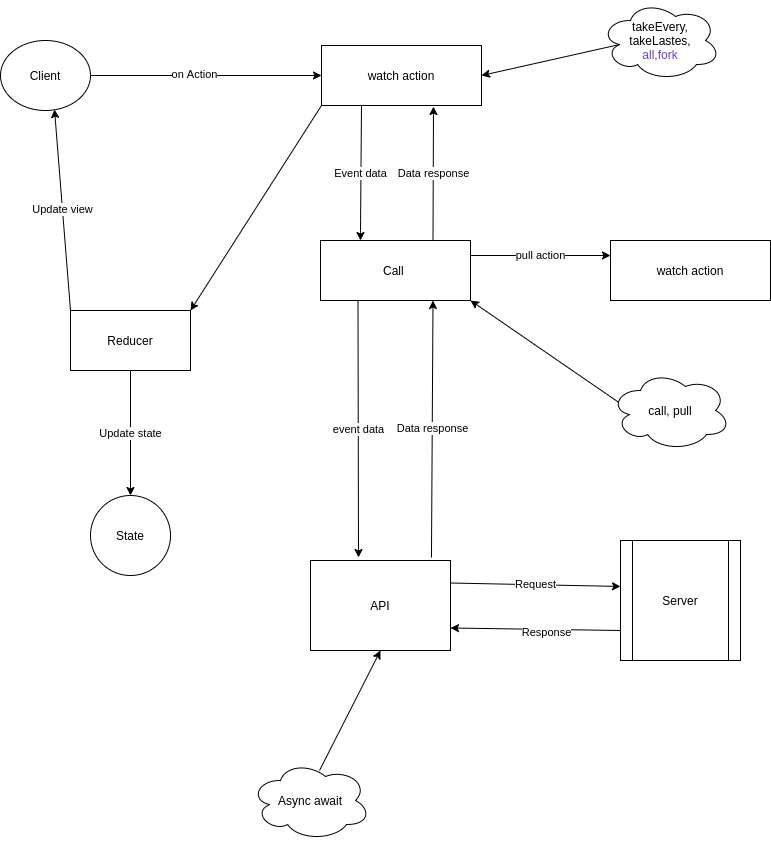
Earlier version of the draw.io export Untitled Diagram.png (FightLightDiamond/imperfect_). Source tidied: cells renumbered, new cells last; positions are measured from the earlier drawing's top-left corner, leaving out a move shared by most shapes. Source of this version:
```xml
<mxGraphModel>
  <root>
    <mxCell id="0" />
    <mxCell id="1" parent="0" />
    <mxCell id="2" value="Client" style="ellipse;whiteSpace=wrap;html=1;" parent="1" vertex="1">
      <mxGeometry y="40" width="90" height="70" as="geometry" />
    </mxCell>
    <mxCell id="3" value="watch action" style="rounded=0;whiteSpace=wrap;html=1;" parent="1" vertex="1">
      <mxGeometry x="321" y="45" width="160" height="60" as="geometry" />
    </mxCell>
    <mxCell id="4" value="Data response" style="rounded=0;jettySize=auto;html=1;exitX=0.75;exitY=0;exitDx=0;exitDy=0;entryX=0.7;entryY=1.017;entryDx=0;entryDy=0;entryPerimeter=0;" parent="1" edge="1" source="5" target="3">
      <mxGeometry relative="1" as="geometry" />
    </mxCell>
    <mxCell id="5" value="Call&amp;nbsp;" style="rounded=0;whiteSpace=wrap;html=1;" parent="1" vertex="1">
      <mxGeometry x="320" y="240" width="150" height="60" as="geometry" />
    </mxCell>
    <mxCell id="6" value="Data response" style="rounded=0;jettySize=auto;html=1;entryX=0.75;entryY=1;entryDx=0;entryDy=0;exitX=0.864;exitY=-0.033;exitDx=0;exitDy=0;exitPerimeter=0;" parent="1" edge="1" source="7" target="5">
      <mxGeometry relative="1" as="geometry" />
    </mxCell>
    <mxCell id="7" value="API" style="rounded=0;whiteSpace=wrap;html=1;" parent="1" vertex="1">
      <mxGeometry x="310" y="560" width="140" height="90" as="geometry" />
    </mxCell>
    <mxCell id="8" value="Reducer" style="rounded=0;whiteSpace=wrap;html=1;" parent="1" vertex="1">
      <mxGeometry x="70" y="310" width="120" height="60" as="geometry" />
    </mxCell>
    <mxCell id="9" value="Server" style="shape=process;whiteSpace=wrap;html=1;backgroundOutline=1;" parent="1" vertex="1">
      <mxGeometry x="620" y="540" width="120" height="120" as="geometry" />
    </mxCell>
    <mxCell id="10" value="Request" style="endArrow=classic;html=1;exitX=1;exitY=0.25;exitDx=0;exitDy=0;entryX=0;entryY=0.383;entryDx=0;entryDy=0;entryPerimeter=0;" parent="1" edge="1" source="7" target="9">
      <mxGeometry relative="1" as="geometry" />
    </mxCell>
    <mxCell id="11" style="endArrow=classic;html=1;exitX=0;exitY=0.75;exitDx=0;exitDy=0;entryX=1;entryY=0.75;entryDx=0;entryDy=0;" parent="1" edge="1" source="9" target="7">
      <mxGeometry relative="1" as="geometry" />
    </mxCell>
    <mxCell id="12" value="Response" style="edgeLabel;html=1;align=center;verticalAlign=middle;" parent="11" vertex="1">
      <mxGeometry x="-0.18" y="3" relative="1" as="geometry">
        <mxPoint x="-4.2" as="offset" />
      </mxGeometry>
    </mxCell>
    <mxCell id="13" value="Event data" style="endArrow=classic;html=1;exitX=0.25;exitY=1;exitDx=0;exitDy=0;" parent="1" edge="1" source="3">
      <mxGeometry relative="1" as="geometry">
        <mxPoint x="360" y="240" as="targetPoint" />
        <Array as="points">
          <mxPoint x="360" y="230" />
        </Array>
      </mxGeometry>
    </mxCell>
    <mxCell id="14" value="event data" style="endArrow=classic;html=1;exitX=0.25;exitY=1;exitDx=0;exitDy=0;" parent="1" edge="1" source="5">
      <mxGeometry relative="1" as="geometry">
        <mxPoint x="358" y="557" as="targetPoint" />
      </mxGeometry>
    </mxCell>
    <mxCell id="15" style="endArrow=classic;html=1;exitX=1;exitY=0.5;exitDx=0;exitDy=0;entryX=0;entryY=0.5;entryDx=0;entryDy=0;" parent="1" edge="1" source="2" target="3">
      <mxGeometry relative="1" as="geometry" />
    </mxCell>
    <mxCell id="16" value="on Action" style="edgeLabel;html=1;align=center;verticalAlign=middle;" parent="15" vertex="1">
      <mxGeometry x="-0.1" y="2" relative="1" as="geometry" />
    </mxCell>
    <mxCell id="17" style="endArrow=classic;html=1;exitX=0;exitY=1;exitDx=0;exitDy=0;entryX=1;entryY=0;entryDx=0;entryDy=0;" parent="1" edge="1" source="3" target="8">
      <mxGeometry relative="1" as="geometry" />
    </mxCell>
    <mxCell id="18" value="State" style="ellipse;whiteSpace=wrap;html=1;" parent="1" vertex="1">
      <mxGeometry x="90" y="495" width="80" height="80" as="geometry" />
    </mxCell>
    <mxCell id="19" value="Update state" style="endArrow=classic;html=1;exitX=0.5;exitY=1;exitDx=0;exitDy=0;entryX=0.5;entryY=0;entryDx=0;entryDy=0;" parent="1" edge="1" source="8" target="18">
      <mxGeometry relative="1" as="geometry" />
    </mxCell>
    <mxCell id="20" value="Update view" style="endArrow=classic;html=1;entryX=0.6;entryY=0.986;entryDx=0;entryDy=0;entryPerimeter=0;exitX=0;exitY=0;exitDx=0;exitDy=0;" parent="1" edge="1" source="8" target="2">
      <mxGeometry relative="1" as="geometry" />
    </mxCell>
    <mxCell id="21" value="watch action" style="rounded=0;whiteSpace=wrap;html=1;" parent="1" vertex="1">
      <mxGeometry x="610" y="240" width="160" height="60" as="geometry" />
    </mxCell>
    <mxCell id="22" value="pull action" style="endArrow=classic;html=1;exitX=1;exitY=0.25;exitDx=0;exitDy=0;entryX=0;entryY=0.25;entryDx=0;entryDy=0;" parent="1" edge="1" source="5" target="21">
      <mxGeometry relative="1" as="geometry" />
    </mxCell>
    <mxCell id="23" value="Async await" style="ellipse;shape=cloud;whiteSpace=wrap;html=1;" parent="1" vertex="1">
      <mxGeometry x="250" y="760" width="120" height="80" as="geometry" />
    </mxCell>
    <mxCell id="24" style="endArrow=classic;html=1;exitX=0.575;exitY=0.125;exitDx=0;exitDy=0;exitPerimeter=0;entryX=0.5;entryY=1;entryDx=0;entryDy=0;" parent="1" edge="1" source="23" target="7">
      <mxGeometry relative="1" as="geometry" />
    </mxCell>
    <mxCell id="25" value="takeEvery, takeLastes,&lt;br&gt;&lt;span style=&quot;color: rgb(111 , 66 , 193) ; font-family: , &amp;#34;consolas&amp;#34; , &amp;#34;liberation mono&amp;#34; , &amp;#34;menlo&amp;#34; , monospace ; background-color: rgb(255 , 255 , 255)&quot;&gt;all,&lt;/span&gt;&lt;span style=&quot;color: rgb(111 , 66 , 193) ; font-family: , &amp;#34;consolas&amp;#34; , &amp;#34;liberation mono&amp;#34; , &amp;#34;menlo&amp;#34; , monospace ; background-color: rgb(255 , 255 , 255)&quot;&gt;fork&lt;/span&gt;&lt;br&gt;" style="ellipse;shape=cloud;whiteSpace=wrap;html=1;" parent="1" vertex="1">
      <mxGeometry x="600" width="120" height="80" as="geometry" />
    </mxCell>
    <mxCell id="26" style="endArrow=classic;html=1;exitX=0.16;exitY=0.55;exitDx=0;exitDy=0;exitPerimeter=0;entryX=1;entryY=0.5;entryDx=0;entryDy=0;" parent="1" edge="1" source="25" target="3">
      <mxGeometry relative="1" as="geometry" />
    </mxCell>
    <mxCell id="27" value="call, pull" style="ellipse;shape=cloud;whiteSpace=wrap;html=1;" parent="1" vertex="1">
      <mxGeometry x="610" y="370" width="120" height="80" as="geometry" />
    </mxCell>
    <mxCell id="28" style="endArrow=classic;html=1;exitX=0.07;exitY=0.4;exitDx=0;exitDy=0;exitPerimeter=0;" parent="1" edge="1" source="27" target="5">
      <mxGeometry relative="1" as="geometry">
        <Array as="points">
          <mxPoint x="470" y="300" />
        </Array>
      </mxGeometry>
    </mxCell>
  </root>
</mxGraphModel>
```
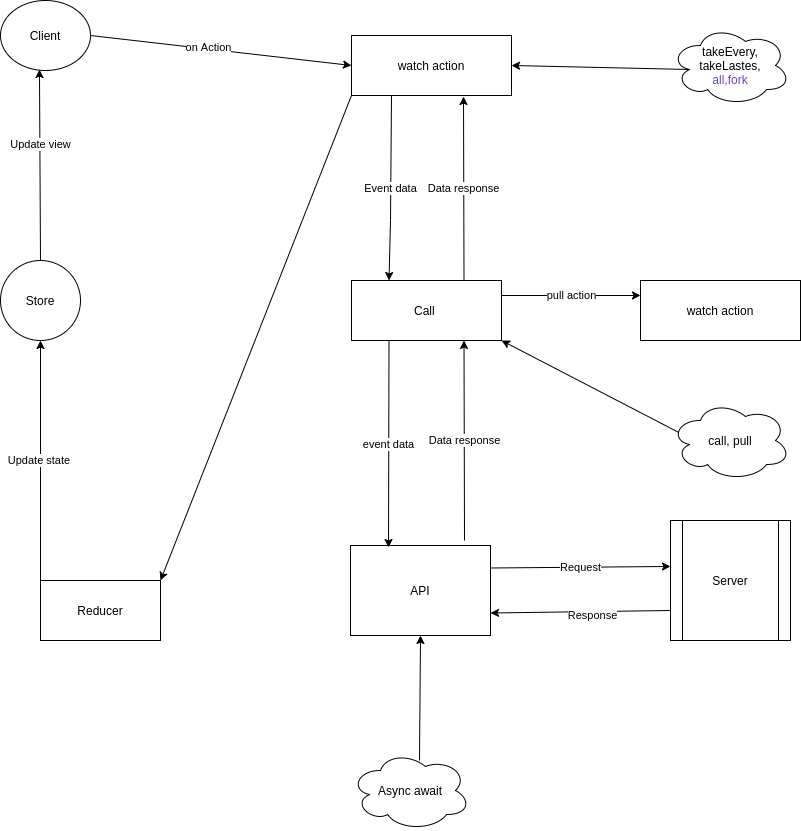
The same file after the commit.

Change to the diagram source:
```diff
@@ -3,7 +3,7 @@
     <mxCell id="0" />
     <mxCell id="1" parent="0" />
     <mxCell id="2" value="Client" style="ellipse;whiteSpace=wrap;html=1;" parent="1" vertex="1">
-      <mxGeometry y="40" width="90" height="70" as="geometry" />
+      <mxGeometry x="-30" y="10" width="90" height="70" as="geometry" />
     </mxCell>
     <mxCell id="3" value="watch action" style="rounded=0;whiteSpace=wrap;html=1;" parent="1" vertex="1">
       <mxGeometry x="321" y="45" width="160" height="60" as="geometry" />
@@ -12,19 +12,21 @@
       <mxGeometry relative="1" as="geometry" />
     </mxCell>
     <mxCell id="5" value="Call&amp;nbsp;" style="rounded=0;whiteSpace=wrap;html=1;" parent="1" vertex="1">
-      <mxGeometry x="320" y="240" width="150" height="60" as="geometry" />
+      <mxGeometry x="321" y="290" width="150" height="60" as="geometry" />
     </mxCell>
-    <mxCell id="6" value="Data response" style="rounded=0;jettySize=auto;html=1;entryX=0.75;entryY=1;entryDx=0;entryDy=0;exitX=0.864;exitY=-0.033;exitDx=0;exitDy=0;exitPerimeter=0;" parent="1" edge="1" source="7" target="5">
-      <mxGeometry relative="1" as="geometry" />
+    <mxCell id="6" value="Data response" style="rounded=0;jettySize=auto;html=1;entryX=0.75;entryY=1;entryDx=0;entryDy=0;" parent="1" edge="1" target="5">
+      <mxGeometry relative="1" as="geometry">
+        <mxPoint x="434" y="550" as="sourcePoint" />
+      </mxGeometry>
     </mxCell>
     <mxCell id="7" value="API" style="rounded=0;whiteSpace=wrap;html=1;" parent="1" vertex="1">
-      <mxGeometry x="310" y="560" width="140" height="90" as="geometry" />
+      <mxGeometry x="320" y="555" width="140" height="90" as="geometry" />
     </mxCell>
     <mxCell id="8" value="Reducer" style="rounded=0;whiteSpace=wrap;html=1;" parent="1" vertex="1">
-      <mxGeometry x="70" y="310" width="120" height="60" as="geometry" />
+      <mxGeometry x="10" y="590" width="120" height="60" as="geometry" />
     </mxCell>
     <mxCell id="9" value="Server" style="shape=process;whiteSpace=wrap;html=1;backgroundOutline=1;" parent="1" vertex="1">
-      <mxGeometry x="620" y="540" width="120" height="120" as="geometry" />
+      <mxGeometry x="640" y="530" width="120" height="120" as="geometry" />
     </mxCell>
     <mxCell id="10" value="Request" style="endArrow=classic;html=1;exitX=1;exitY=0.25;exitDx=0;exitDy=0;entryX=0;entryY=0.383;entryDx=0;entryDy=0;entryPerimeter=0;" parent="1" edge="1" source="7" target="9">
       <mxGeometry relative="1" as="geometry" />
@@ -37,9 +39,8 @@
         <mxPoint x="-4.2" as="offset" />
       </mxGeometry>
     </mxCell>
-    <mxCell id="13" value="Event data" style="endArrow=classic;html=1;exitX=0.25;exitY=1;exitDx=0;exitDy=0;" parent="1" edge="1" source="3">
+    <mxCell id="13" value="Event data" style="endArrow=classic;html=1;exitX=0.25;exitY=1;exitDx=0;exitDy=0;entryX=0.25;entryY=0;entryDx=0;entryDy=0;" parent="1" edge="1" source="3" target="5">
       <mxGeometry relative="1" as="geometry">
-        <mxPoint x="360" y="240" as="targetPoint" />
         <Array as="points">
           <mxPoint x="360" y="230" />
         </Array>
@@ -59,42 +60,41 @@
     <mxCell id="17" style="endArrow=classic;html=1;exitX=0;exitY=1;exitDx=0;exitDy=0;entryX=1;entryY=0;entryDx=0;entryDy=0;" parent="1" edge="1" source="3" target="8">
       <mxGeometry relative="1" as="geometry" />
     </mxCell>
-    <mxCell id="18" value="State" style="ellipse;whiteSpace=wrap;html=1;" parent="1" vertex="1">
-      <mxGeometry x="90" y="495" width="80" height="80" as="geometry" />
-    </mxCell>
-    <mxCell id="19" value="Update state" style="endArrow=classic;html=1;exitX=0.5;exitY=1;exitDx=0;exitDy=0;entryX=0.5;entryY=0;entryDx=0;entryDy=0;" parent="1" edge="1" source="8" target="18">
-      <mxGeometry relative="1" as="geometry" />
-    </mxCell>
-    <mxCell id="20" value="Update view" style="endArrow=classic;html=1;entryX=0.6;entryY=0.986;entryDx=0;entryDy=0;entryPerimeter=0;exitX=0;exitY=0;exitDx=0;exitDy=0;" parent="1" edge="1" source="8" target="2">
+    <mxCell id="20" value="Update state&amp;nbsp;" style="endArrow=classic;html=1;exitX=0;exitY=0;exitDx=0;exitDy=0;entryX=0.5;entryY=1;entryDx=0;entryDy=0;" parent="1" edge="1" source="8" target="29">
       <mxGeometry relative="1" as="geometry" />
     </mxCell>
     <mxCell id="21" value="watch action" style="rounded=0;whiteSpace=wrap;html=1;" parent="1" vertex="1">
-      <mxGeometry x="610" y="240" width="160" height="60" as="geometry" />
+      <mxGeometry x="610" y="290" width="160" height="60" as="geometry" />
     </mxCell>
     <mxCell id="22" value="pull action" style="endArrow=classic;html=1;exitX=1;exitY=0.25;exitDx=0;exitDy=0;entryX=0;entryY=0.25;entryDx=0;entryDy=0;" parent="1" edge="1" source="5" target="21">
       <mxGeometry relative="1" as="geometry" />
     </mxCell>
     <mxCell id="23" value="Async await" style="ellipse;shape=cloud;whiteSpace=wrap;html=1;" parent="1" vertex="1">
-      <mxGeometry x="250" y="760" width="120" height="80" as="geometry" />
+      <mxGeometry x="320" y="760" width="120" height="80" as="geometry" />
     </mxCell>
     <mxCell id="24" style="endArrow=classic;html=1;exitX=0.575;exitY=0.125;exitDx=0;exitDy=0;exitPerimeter=0;entryX=0.5;entryY=1;entryDx=0;entryDy=0;" parent="1" edge="1" source="23" target="7">
       <mxGeometry relative="1" as="geometry" />
     </mxCell>
     <mxCell id="25" value="takeEvery, takeLastes,&lt;br&gt;&lt;span style=&quot;color: rgb(111 , 66 , 193) ; font-family: , &amp;#34;consolas&amp;#34; , &amp;#34;liberation mono&amp;#34; , &amp;#34;menlo&amp;#34; , monospace ; background-color: rgb(255 , 255 , 255)&quot;&gt;all,&lt;/span&gt;&lt;span style=&quot;color: rgb(111 , 66 , 193) ; font-family: , &amp;#34;consolas&amp;#34; , &amp;#34;liberation mono&amp;#34; , &amp;#34;menlo&amp;#34; , monospace ; background-color: rgb(255 , 255 , 255)&quot;&gt;fork&lt;/span&gt;&lt;br&gt;" style="ellipse;shape=cloud;whiteSpace=wrap;html=1;" parent="1" vertex="1">
-      <mxGeometry x="600" width="120" height="80" as="geometry" />
+      <mxGeometry x="640" y="35" width="120" height="80" as="geometry" />
     </mxCell>
     <mxCell id="26" style="endArrow=classic;html=1;exitX=0.16;exitY=0.55;exitDx=0;exitDy=0;exitPerimeter=0;entryX=1;entryY=0.5;entryDx=0;entryDy=0;" parent="1" edge="1" source="25" target="3">
       <mxGeometry relative="1" as="geometry" />
     </mxCell>
     <mxCell id="27" value="call, pull" style="ellipse;shape=cloud;whiteSpace=wrap;html=1;" parent="1" vertex="1">
-      <mxGeometry x="610" y="370" width="120" height="80" as="geometry" />
+      <mxGeometry x="640" y="410" width="120" height="80" as="geometry" />
     </mxCell>
-    <mxCell id="28" style="endArrow=classic;html=1;exitX=0.07;exitY=0.4;exitDx=0;exitDy=0;exitPerimeter=0;" parent="1" edge="1" source="27" target="5">
-      <mxGeometry relative="1" as="geometry">
-        <Array as="points">
-          <mxPoint x="470" y="300" />
-        </Array>
-      </mxGeometry>
+    <mxCell id="28" style="endArrow=classic;html=1;exitX=0.07;exitY=0.4;exitDx=0;exitDy=0;exitPerimeter=0;entryX=1;entryY=1;entryDx=0;entryDy=0;" parent="1" edge="1" source="27" target="5">
+      <mxGeometry relative="1" as="geometry" />
     </mxCell>
+    <mxCell id="29" value="Store" style="ellipse;whiteSpace=wrap;html=1;" parent="1" vertex="1">
+      <mxGeometry x="-30" y="270" width="80" height="80" as="geometry" />
+    </mxCell>
+    <mxCell id="30" style="endArrow=classic;html=1;exitX=0.5;exitY=0;exitDx=0;exitDy=0;entryX=0.433;entryY=0.986;entryDx=0;entryDy=0;entryPerimeter=0;" parent="1" edge="1" source="29" target="2">
+      <mxGeometry relative="1" as="geometry" />
+    </mxCell>
+    <mxCell id="31" value="Update view" style="edgeLabel;html=1;align=center;verticalAlign=middle;" parent="30" vertex="1">
+      <mxGeometry x="0.22" relative="1" as="geometry" />
+    </mxCell>
   </root>
 </mxGraphModel>
```
